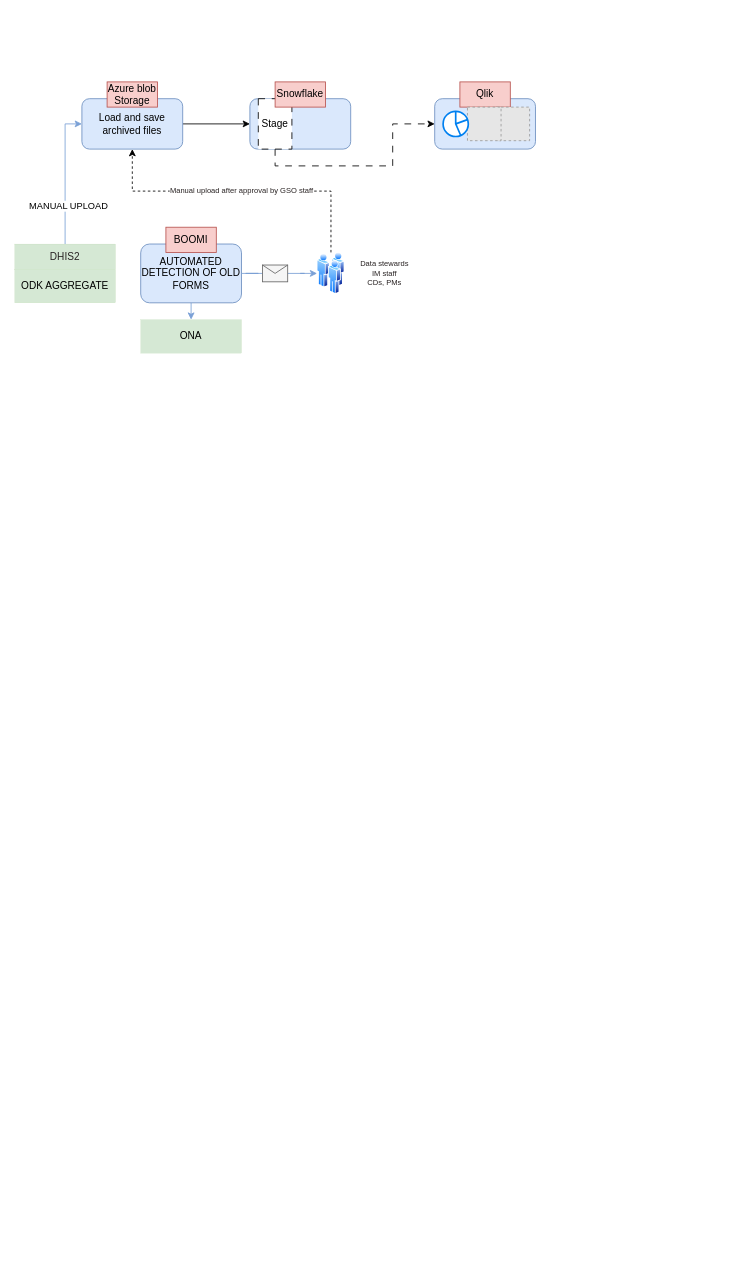
Earlier version of the draw.io diagram Archives.drawio (Medair/drawio). Source tidied: cells renumbered, new cells numbered last; positions are measured from the earlier drawing's top-left corner, leaving out a move shared by most shapes. Both pictures are drawn from the tidied source at 84%, with x=0, y=0 at pixel (14, 81). Pictures stored in the file or linked from it are replaced by grey dashed boxes.
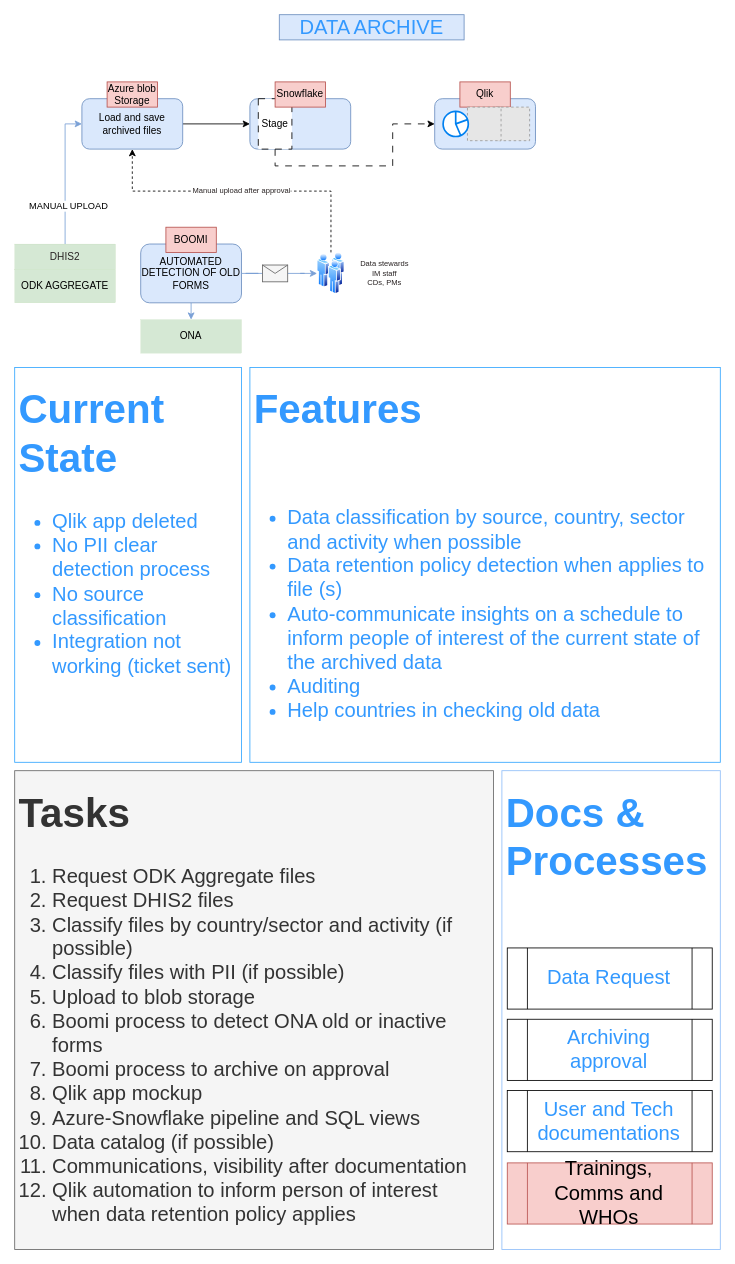
After the change.

The change refers to these unchanged cells:
```xml
<mxCell id="3" value="Load and save archived files" style="rounded=1;whiteSpace=wrap;html=1;fillColor=#dae8fc;strokeColor=#6c8ebf;" parent="1" vertex="1">
  <mxGeometry x="80" y="20" width="120" height="60" as="geometry" />
</mxCell>
<mxCell id="26" style="perimeter=ellipsePerimeter;html=1;align=center;shadow=0;dashed=0;spacingTop=3;image;image=img/lib/active_directory/users.svg;strokeColor=#FFFFFF;strokeWidth=0;fontColor=#292323;fillColor=#90BEF9;" parent="1" vertex="1">
  <mxGeometry x="360" y="203" width="33" height="50" as="geometry" />
</mxCell>
```

Diff of the diagram source:
```diff
@@
-    <mxCell id="25" value="Manual upload after approval by GSO staff" style="edgeStyle=orthogonalEdgeStyle;rounded=0;jettySize=auto;html=1;dashed=1;strokeColor=#000000;fontSize=9;fontColor=#292323;entryX=0.5;entryY=1;entryDx=0;entryDy=0;" parent="1" edge="1" source="26" target="3">
+    <mxCell id="25" value="Manual upload after approval" style="edgeStyle=orthogonalEdgeStyle;rounded=0;jettySize=auto;html=1;dashed=1;strokeColor=#000000;fontSize=9;fontColor=#292323;entryX=0.5;entryY=1;entryDx=0;entryDy=0;" parent="1" edge="1" source="26" target="3">
       <mxGeometry relative="1" as="geometry">
         <Array as="points">
           <mxPoint x="377" y="130" />
           <mxPoint x="140" y="130" />
         </Array>
       </mxGeometry>
     </mxCell>
@@
+    <mxCell id="28" value="&lt;font color=&quot;#3399ff&quot; style=&quot;font-size: 24px;&quot;&gt;DATA ARCHIVE&lt;/font&gt;" style="text;html=1;strokeColor=#6c8ebf;fillColor=#dae8fc;align=center;verticalAlign=middle;whiteSpace=wrap;rounded=0;" parent="1" vertex="1">
+      <mxGeometry x="315" y="-80" width="220" height="30" as="geometry" />
+    </mxCell>
+    <mxCell id="29" value="&lt;h1&gt;Current State&lt;/h1&gt;&lt;div&gt;&lt;ul&gt;&lt;li&gt;Qlik app deleted&lt;/li&gt;&lt;li&gt;No PII clear detection process&lt;/li&gt;&lt;li&gt;No source classification&lt;/li&gt;&lt;li&gt;Integration not working (ticket sent)&lt;/li&gt;&lt;/ul&gt;&lt;/div&gt;" style="text;html=1;strokeColor=#33a6ff;fillColor=none;spacing=5;spacingTop=-20;whiteSpace=wrap;overflow=hidden;rounded=0;fontSize=24;fontColor=#3399FF;" parent="1" vertex="1">
+      <mxGeometry y="340" width="270" height="470" as="geometry" />
+    </mxCell>
+    <mxCell id="30" value="&lt;h1&gt;Tasks&lt;/h1&gt;&lt;div&gt;&lt;ol&gt;&lt;li&gt;Request ODK Aggregate files&lt;/li&gt;&lt;li&gt;Request DHIS2 files&lt;/li&gt;&lt;li&gt;Classify files by country/sector and activity (if possible)&lt;/li&gt;&lt;li&gt;Classify files with PII (if possible)&lt;/li&gt;&lt;li&gt;Upload to blob storage&lt;/li&gt;&lt;li&gt;Boomi process to detect ONA old or inactive forms&lt;/li&gt;&lt;li&gt;Boomi process to archive on approval&lt;/li&gt;&lt;li&gt;Qlik app mockup&lt;/li&gt;&lt;li&gt;Azure-Snowflake pipeline and SQL views&lt;/li&gt;&lt;li&gt;Data catalog (if possible)&lt;/li&gt;&lt;li&gt;Communications, visibility after documentation&lt;/li&gt;&lt;li&gt;Qlik automation to inform person of interest when data retention policy applies&lt;/li&gt;&lt;/ol&gt;&lt;/div&gt;" style="text;html=1;strokeColor=#666666;fillColor=#f5f5f5;spacing=5;spacingTop=-20;whiteSpace=wrap;overflow=hidden;rounded=0;fontSize=24;fontColor=#333333;" parent="1" vertex="1">
+      <mxGeometry y="820" width="570" height="570" as="geometry" />
+    </mxCell>
+    <mxCell id="31" style="group;" parent="1" vertex="1">
+      <mxGeometry x="580" y="820" width="260" height="570" as="geometry" />
+    </mxCell>
+    <mxCell id="32" style="group;strokeColor=#90BEF9;" parent="31" vertex="1">
+      <mxGeometry width="260" height="570" as="geometry" />
+    </mxCell>
+    <mxCell id="33" value="&lt;h1&gt;Docs &amp;amp; Processes&lt;/h1&gt;" style="text;html=1;strokeColor=none;fillColor=none;spacing=5;spacingTop=-20;whiteSpace=wrap;overflow=hidden;rounded=0;fontSize=24;fontColor=#3399FF;" parent="31" vertex="1">
+      <mxGeometry width="260" height="181.9" as="geometry" />
+    </mxCell>
+    <mxCell id="34" value="Data Request" style="shape=process;whiteSpace=wrap;html=1;backgroundOutline=1;strokeColor=default;fontSize=24;fontColor=#3399FF;" parent="31" vertex="1">
+      <mxGeometry x="6.4" y="211" width="244" height="72.8" as="geometry" />
+    </mxCell>
+    <mxCell id="35" value="Archiving approval" style="shape=process;whiteSpace=wrap;html=1;backgroundOutline=1;strokeColor=default;fontSize=24;fontColor=#3399FF;" parent="31" vertex="1">
+      <mxGeometry x="6.4" y="295.9" width="244" height="72.8" as="geometry" />
+    </mxCell>
+    <mxCell id="36" value="User and Tech documentations" style="shape=process;whiteSpace=wrap;html=1;backgroundOutline=1;strokeColor=default;fontSize=24;fontColor=#3399FF;" parent="31" vertex="1">
+      <mxGeometry x="6.4" y="380.8" width="244" height="72.8" as="geometry" />
+    </mxCell>
+    <mxCell id="37" value="Trainings, Comms and WHOs" style="shape=process;whiteSpace=wrap;html=1;backgroundOutline=1;strokeColor=#b85450;fontSize=24;fillColor=#f8cecc;" parent="31" vertex="1">
+      <mxGeometry x="6.4" y="466.9" width="244" height="72.8" as="geometry" />
+    </mxCell>
+    <mxCell id="38" value="&lt;h1&gt;Features&lt;/h1&gt;&lt;div&gt;&lt;br&gt;&lt;/div&gt;&lt;div&gt;&lt;ul&gt;&lt;li&gt;Data classification by source, country, sector and activity when possible&lt;/li&gt;&lt;li&gt;Data retention policy detection when applies to file (s)&lt;/li&gt;&lt;li&gt;Auto-communicate insights on a schedule to inform people of interest of the current state of the archived data&lt;/li&gt;&lt;li&gt;Auditing&lt;/li&gt;&lt;li&gt;Help countries in checking old data&lt;/li&gt;&lt;/ul&gt;&lt;/div&gt;" style="text;html=1;strokeColor=#33a6ff;fillColor=none;spacing=5;spacingTop=-20;whiteSpace=wrap;overflow=hidden;rounded=0;fontSize=24;fontColor=#3399FF;" parent="1" vertex="1">
+      <mxGeometry x="280" y="340" width="560" height="470" as="geometry" />
+    </mxCell>
```
